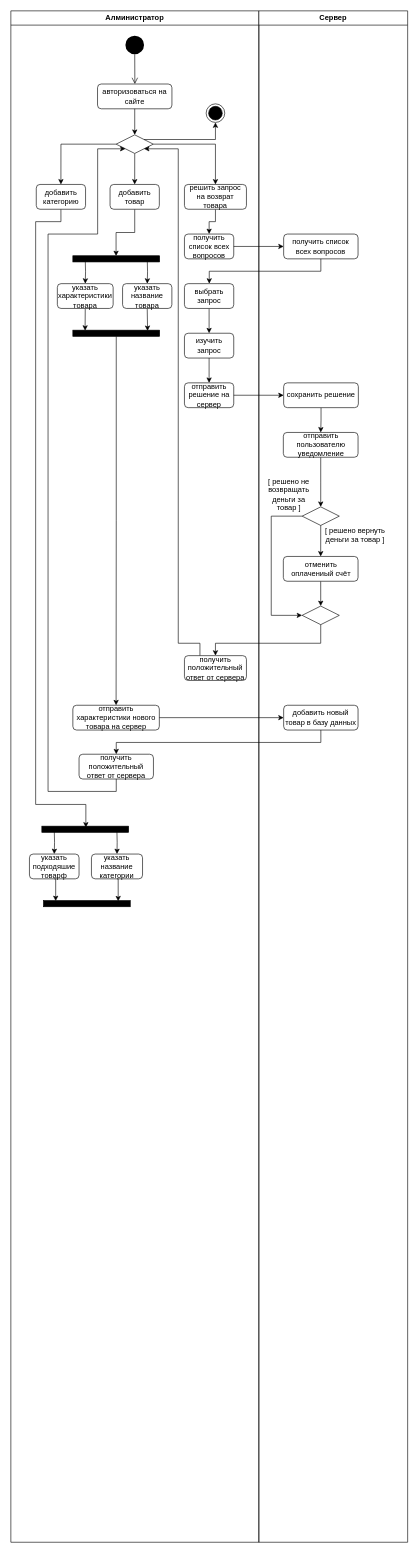
Earlier version of the draw.io diagram activity_2.drawio (randomunrandom/MSS). Source tidied: cells renumbered, new cells numbered last; positions are measured from the earlier drawing's top-left corner, leaving out a move shared by most shapes. Both pictures are drawn from the tidied source at 62%, with x=0, y=0 at pixel (11, 11).
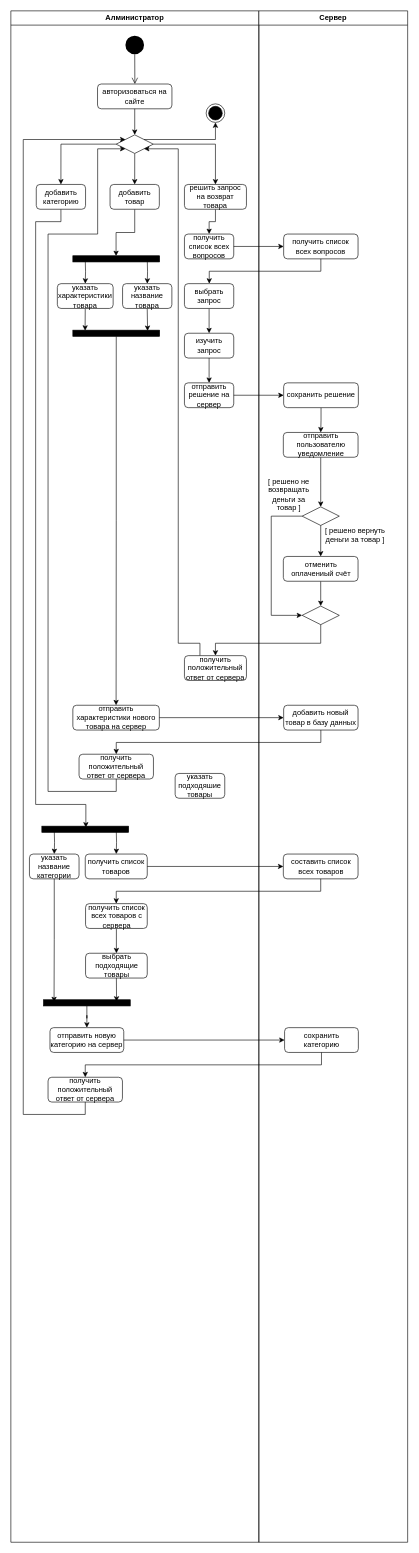
After the change.

Unchanged cells that the change refers to:
```xml
<mxCell id="2" value="Алминистратор" style="swimlane;whiteSpace=wrap;" parent="1" vertex="1">
  <mxGeometry width="400" height="2470" as="geometry" />
</mxCell>
<mxCell id="9" style="rhombus;whiteSpace=wrap;html=1;strokeColor=#000000;strokeWidth=1;fillColor=#FFFFFF;" parent="2" vertex="1">
  <mxGeometry x="169.8" y="200" width="60" height="30" as="geometry" />
</mxCell>
<mxCell id="47" value="Сервер" style="swimlane;whiteSpace=wrap;" parent="1" vertex="1">
  <mxGeometry x="400" width="240" height="2470" as="geometry" />
</mxCell>
```

Diff of the diagram source:
```diff
@@
     <mxCell id="40" style="edgeStyle=orthogonalEdgeStyle;rounded=0;jettySize=auto;html=1;" parent="2" edge="1" target="41">
       <mxGeometry relative="1" as="geometry">
-        <mxPoint x="171" y="1320" as="sourcePoint" />
+        <mxPoint x="170" y="1320" as="sourcePoint" />
       </mxGeometry>
     </mxCell>
-    <mxCell id="41" value="указать название категории" style="rounded=1;whiteSpace=wrap;html=1;fontFamily=Helvetica;fontSize=12;fontColor=#000000;align=center;strokeColor=#000000;fillColor=#ffffff;" parent="2" vertex="1">
-      <mxGeometry x="130" y="1360" width="82.4" height="40" as="geometry" />
+    <mxCell id="41" value="получить список товаров" style="rounded=1;whiteSpace=wrap;html=1;fontFamily=Helvetica;fontSize=12;fontColor=#000000;align=center;strokeColor=#000000;fillColor=#ffffff;" parent="2" vertex="1">
+      <mxGeometry x="120" y="1360" width="100" height="40" as="geometry" />
     </mxCell>
@@
-    <mxCell id="43" value="указать подходяшие товарф" style="rounded=1;whiteSpace=wrap;html=1;fontFamily=Helvetica;fontSize=12;fontColor=#000000;align=center;strokeColor=#000000;fillColor=#ffffff;" parent="2" vertex="1">
+    <mxCell id="43" value="указать название категории" style="rounded=1;whiteSpace=wrap;html=1;fontFamily=Helvetica;fontSize=12;fontColor=#000000;align=center;strokeColor=#000000;fillColor=#ffffff;" parent="2" vertex="1">
       <mxGeometry x="30" y="1360" width="80" height="40" as="geometry" />
     </mxCell>
+    <mxCell id="69" style="edgeStyle=orthogonalEdgeStyle;rounded=0;jettySize=auto;html=1;entryX=0;entryY=0;entryDx=0;entryDy=0;exitX=0.5;exitY=1;exitDx=0;exitDy=0;" parent="2" edge="1" source="72" target="9">
+      <mxGeometry relative="1" as="geometry">
+        <Array as="points">
+          <mxPoint x="120" y="1780" />
+          <mxPoint x="20" y="1780" />
+          <mxPoint x="20" y="208" />
+        </Array>
+      </mxGeometry>
+    </mxCell>
+    <mxCell id="70" style="edgeStyle=orthogonalEdgeStyle;rounded=0;jettySize=auto;html=1;entryX=0.5;entryY=0;entryDx=0;entryDy=0;" parent="2" edge="1" source="44" target="71">
+      <mxGeometry relative="1" as="geometry" />
+    </mxCell>
     <mxCell id="44" style="html=1;points=[];perimeter=orthogonalPerimeter;rotation=90;fillColor=#000000;" parent="2" vertex="1">
-      <mxGeometry x="117.6" y="1370" width="10" height="140" as="geometry" />
+      <mxGeometry x="117.6" y="1530" width="10" height="140" as="geometry" />
     </mxCell>
-    <mxCell id="45" style="edgeStyle=orthogonalEdgeStyle;rounded=0;jettySize=auto;html=1;exitX=0.5;exitY=1;exitDx=0;exitDy=0;entryX=0.12;entryY=0.139;entryDx=0;entryDy=0;entryPerimeter=0;" parent="2" edge="1" source="41" target="44">
-      <mxGeometry relative="1" as="geometry" />
-    </mxCell>
-    <mxCell id="46" style="edgeStyle=orthogonalEdgeStyle;rounded=0;jettySize=auto;html=1;exitX=0.5;exitY=1;exitDx=0;exitDy=0;entryX=0.08;entryY=0.859;entryDx=0;entryDy=0;entryPerimeter=0;" parent="2" edge="1" source="43" target="44">
+    <mxCell id="46" style="edgeStyle=orthogonalEdgeStyle;rounded=0;jettySize=auto;html=1;exitX=0.5;exitY=1;exitDx=0;exitDy=0;entryX=0.383;entryY=0.878;entryDx=0;entryDy=0;entryPerimeter=0;" parent="2" edge="1" source="43" target="44">
       <mxGeometry relative="1" as="geometry" />
     </mxCell>
+    <mxCell id="71" value="отправить новую категорию на сервер" style="rounded=1;whiteSpace=wrap;html=1;fontFamily=Helvetica;fontSize=12;fontColor=#000000;align=center;strokeColor=#000000;fillColor=#ffffff;" parent="2" vertex="1">
+      <mxGeometry x="63.1" y="1640" width="119" height="40" as="geometry" />
+    </mxCell>
+    <mxCell id="72" value="получить положительный ответ от сервера" style="rounded=1;whiteSpace=wrap;html=1;fontFamily=Helvetica;fontSize=12;fontColor=#000000;align=center;strokeColor=#000000;fillColor=#ffffff;" parent="2" vertex="1">
+      <mxGeometry x="60" y="1720" width="120" height="40" as="geometry" />
+    </mxCell>
+    <mxCell id="73" value="указать подходяшие товары" style="rounded=1;whiteSpace=wrap;html=1;fontFamily=Helvetica;fontSize=12;fontColor=#000000;align=center;strokeColor=#000000;fillColor=#ffffff;" parent="2" vertex="1">
+      <mxGeometry x="265" y="1230" width="80" height="40" as="geometry" />
+    </mxCell>
+    <mxCell id="74" style="edgeStyle=orthogonalEdgeStyle;rounded=0;jettySize=auto;html=1;" parent="2" edge="1" source="75" target="77">
+      <mxGeometry relative="1" as="geometry" />
+    </mxCell>
+    <mxCell id="75" value="получить список всех товаров с сервера" style="rounded=1;whiteSpace=wrap;html=1;fontFamily=Helvetica;fontSize=12;fontColor=#000000;align=center;strokeColor=#000000;fillColor=#ffffff;" parent="2" vertex="1">
+      <mxGeometry x="120.5" y="1440" width="99.5" height="40" as="geometry" />
+    </mxCell>
+    <mxCell id="76" style="edgeStyle=orthogonalEdgeStyle;rounded=0;jettySize=auto;html=1;exitX=0.5;exitY=1;exitDx=0;exitDy=0;entryX=0.3;entryY=0.158;entryDx=0;entryDy=0;entryPerimeter=0;" parent="2" edge="1" source="77" target="44">
+      <mxGeometry relative="1" as="geometry" />
+    </mxCell>
+    <mxCell id="77" value="выбрать подходящие товары" style="rounded=1;whiteSpace=wrap;html=1;fontFamily=Helvetica;fontSize=12;fontColor=#000000;align=center;strokeColor=#000000;fillColor=#ffffff;" parent="2" vertex="1">
+      <mxGeometry x="120.5" y="1520" width="99.5" height="40" as="geometry" />
+    </mxCell>
@@
+    <mxCell id="78" value="сохранить категорию" style="rounded=1;whiteSpace=wrap;html=1;fontFamily=Helvetica;fontSize=12;fontColor=#000000;align=center;strokeColor=#000000;fillColor=#ffffff;" parent="47" vertex="1">
+      <mxGeometry x="41.5" y="1640" width="119" height="40" as="geometry" />
+    </mxCell>
+    <mxCell id="79" value="составить список всех товаров" style="rounded=1;whiteSpace=wrap;html=1;fontFamily=Helvetica;fontSize=12;fontColor=#000000;align=center;strokeColor=#000000;fillColor=#ffffff;" parent="47" vertex="1">
+      <mxGeometry x="39.5" y="1360" width="120.5" height="40" as="geometry" />
+    </mxCell>
@@
+    <mxCell id="80" style="edgeStyle=orthogonalEdgeStyle;rounded=0;jettySize=auto;html=1;" parent="1" edge="1" source="71" target="78">
+      <mxGeometry relative="1" as="geometry" />
+    </mxCell>
+    <mxCell id="81" style="edgeStyle=orthogonalEdgeStyle;rounded=0;jettySize=auto;html=1;exitX=0.5;exitY=1;exitDx=0;exitDy=0;entryX=0.5;entryY=0;entryDx=0;entryDy=0;" parent="1" edge="1" source="78" target="72">
+      <mxGeometry relative="1" as="geometry" />
+    </mxCell>
+    <mxCell id="82" style="edgeStyle=orthogonalEdgeStyle;rounded=0;jettySize=auto;html=1;" parent="1" edge="1" source="41" target="79">
+      <mxGeometry relative="1" as="geometry" />
+    </mxCell>
+    <mxCell id="83" style="edgeStyle=orthogonalEdgeStyle;rounded=0;jettySize=auto;html=1;" parent="1" edge="1" source="79" target="75">
+      <mxGeometry relative="1" as="geometry">
+        <Array as="points">
+          <mxPoint x="500" y="1420" />
+          <mxPoint x="170" y="1420" />
+        </Array>
+      </mxGeometry>
+    </mxCell>
```
